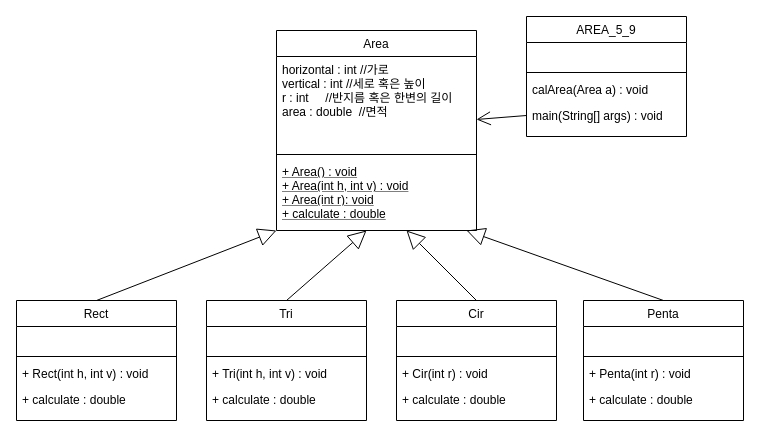
Earlier version of the draw.io diagram 5-9.drawio (skatld123/NSH). Source tidied: cells renumbered, new cells numbered last; positions are measured from the earlier drawing's top-left corner, leaving out a move shared by most shapes. Both pictures are drawn from the tidied source at 100%, with x=0, y=0 at pixel (16, 16).
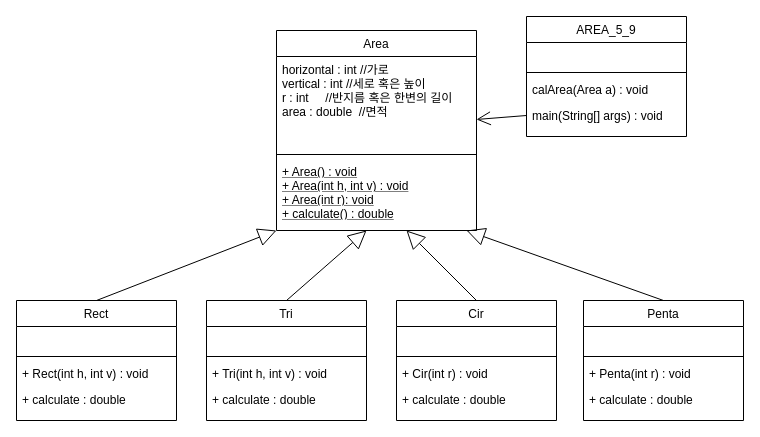
Above is the later version.

The change refers to these unchanged cells:
```xml
<mxCell id="2" value="Area" style="swimlane;fontStyle=0;align=center;verticalAlign=top;horizontal=1;startSize=26;rounded=0;shadow=0;strokeWidth=1;" parent="1" vertex="1">
  <mxGeometry x="260" y="14" width="200" height="200" as="geometry" />
</mxCell>
```

The edit, as a diff of the source:
```diff
@@
-    <mxCell id="8" value="+ calculate : double" style="text;align=left;verticalAlign=top;spacingLeft=4;spacingRight=4;overflow=hidden;fontStyle=4;" parent="2" vertex="1">
+    <mxCell id="8" value="+ calculate() : double" style="text;align=left;verticalAlign=top;spacingLeft=4;spacingRight=4;overflow=hidden;fontStyle=4;" parent="2" vertex="1">
       <mxGeometry y="170" width="200" height="14" as="geometry" />
     </mxCell>
```
